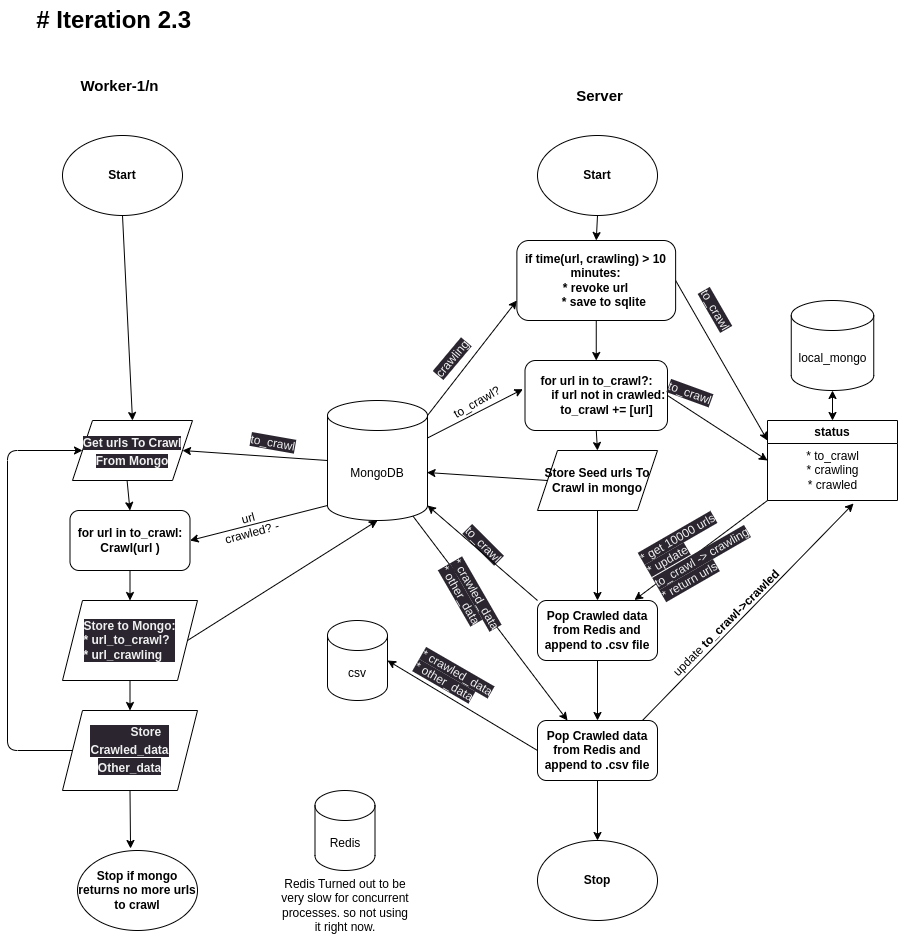
Before: server/workflow.png, a diagram exported from draw.io (Aananda-giri/scrapy_engine). Source tidied: cells renumbered, new cells last; positions are measured from the earlier drawing's top-left corner, leaving out a move shared by most shapes.
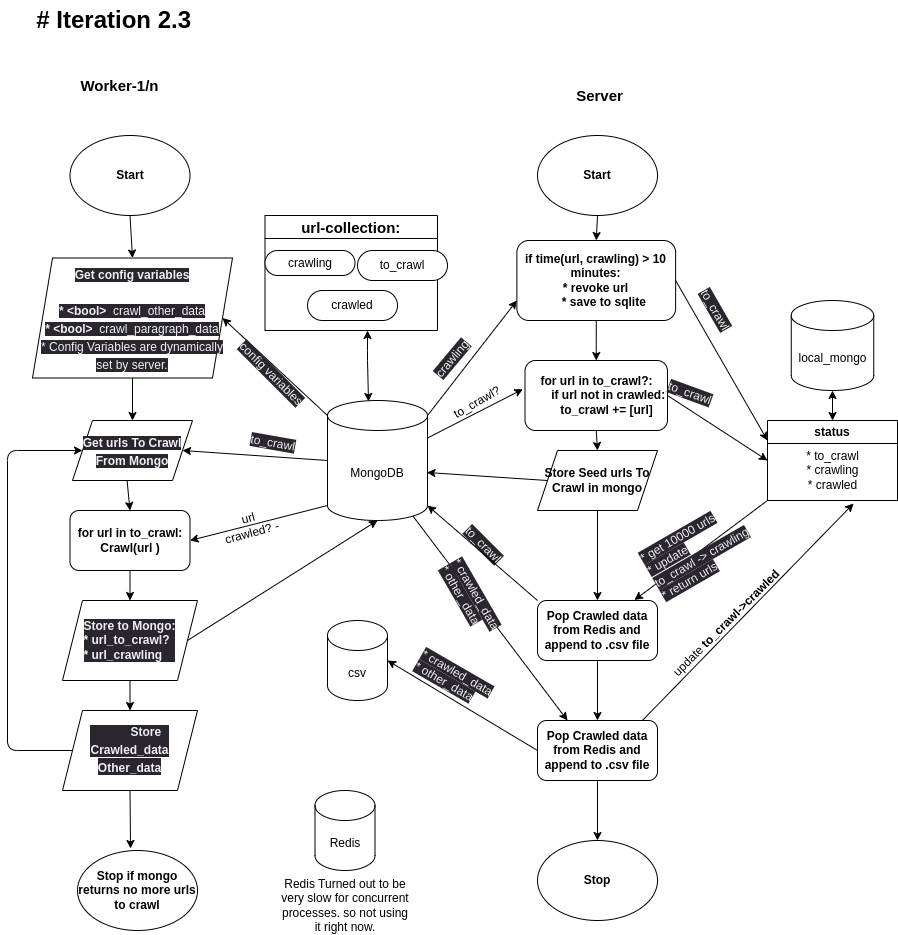
The same file after the commit.

Commit message:
update workflow for config-vars

Change to the diagram source:
```diff
@@ -2,11 +2,23 @@
   <root>
     <mxCell id="0" />
     <mxCell id="1" parent="0" />
+    <mxCell id="62" value="url-collection:" style="swimlane;fontSize=15;startSize=23;" parent="1" vertex="1">
+      <mxGeometry x="257.5" y="215" width="172.5" height="115" as="geometry" />
+    </mxCell>
+    <mxCell id="63" value="crawling" style="whiteSpace=wrap;html=1;rounded=1;arcSize=50;align=center;verticalAlign=middle;strokeWidth=1;spacing=4;newEdgeStyle={&quot;edgeStyle&quot;:&quot;entityRelationEdgeStyle&quot;,&quot;startArrow&quot;:&quot;none&quot;,&quot;endArrow&quot;:&quot;none&quot;,&quot;segment&quot;:10,&quot;curved&quot;:1,&quot;sourcePerimeterSpacing&quot;:0,&quot;targetPerimeterSpacing&quot;:0};" parent="62" vertex="1">
+      <mxGeometry y="35" width="90" height="25" as="geometry" />
+    </mxCell>
+    <mxCell id="64" value="to_crawl" style="whiteSpace=wrap;html=1;rounded=1;arcSize=50;align=center;verticalAlign=middle;strokeWidth=1;spacing=4;newEdgeStyle={&quot;edgeStyle&quot;:&quot;entityRelationEdgeStyle&quot;,&quot;startArrow&quot;:&quot;none&quot;,&quot;endArrow&quot;:&quot;none&quot;,&quot;segment&quot;:10,&quot;curved&quot;:1,&quot;sourcePerimeterSpacing&quot;:0,&quot;targetPerimeterSpacing&quot;:0};" parent="62" vertex="1">
+      <mxGeometry x="92.5" y="35" width="90" height="30" as="geometry" />
+    </mxCell>
+    <mxCell id="65" value="crawled" style="whiteSpace=wrap;html=1;rounded=1;arcSize=50;align=center;verticalAlign=middle;strokeWidth=1;spacing=4;newEdgeStyle={&quot;edgeStyle&quot;:&quot;entityRelationEdgeStyle&quot;,&quot;startArrow&quot;:&quot;none&quot;,&quot;endArrow&quot;:&quot;none&quot;,&quot;segment&quot;:10,&quot;curved&quot;:1,&quot;sourcePerimeterSpacing&quot;:0,&quot;targetPerimeterSpacing&quot;:0};" parent="62" vertex="1">
+      <mxGeometry x="42.5" y="75" width="90" height="30" as="geometry" />
+    </mxCell>
-    <mxCell id="2" style="edgeStyle=none;html=1;exitX=0.5;exitY=1;exitDx=0;exitDy=0;entryX=0.5;entryY=0;entryDx=0;entryDy=0;fontStyle=1;" parent="1" edge="1" source="3" target="34">
+    <mxCell id="2" style="edgeStyle=none;html=1;exitX=0.5;exitY=1;exitDx=0;exitDy=0;fontStyle=1;entryX=0.5;entryY=0;entryDx=0;entryDy=0;" parent="1" edge="1" source="3" target="68">
       <mxGeometry relative="1" as="geometry" />
     </mxCell>
     <mxCell id="3" value="Start" style="ellipse;whiteSpace=wrap;html=1;fontStyle=1;" parent="1" vertex="1">
-      <mxGeometry x="55" y="135" width="120" height="80" as="geometry" />
+      <mxGeometry x="62.5" y="135" width="120" height="80" as="geometry" />
     </mxCell>
     <mxCell id="4" style="edgeStyle=none;html=1;exitX=0.5;exitY=1;exitDx=0;exitDy=0;entryX=0.5;entryY=0;entryDx=0;entryDy=0;" parent="1" edge="1" source="33" target="32">
       <mxGeometry relative="1" as="geometry" />
@@ -74,6 +86,9 @@
     <mxCell id="25" style="edgeStyle=none;html=1;exitX=1;exitY=0;exitDx=0;exitDy=15;exitPerimeter=0;entryX=0;entryY=0.75;entryDx=0;entryDy=0;" parent="1" edge="1" source="26" target="58">
       <mxGeometry relative="1" as="geometry" />
     </mxCell>
+    <mxCell id="66" style="edgeStyle=none;html=1;exitX=0;exitY=0;exitDx=0;exitDy=15;exitPerimeter=0;entryX=1;entryY=0.5;entryDx=0;entryDy=0;" parent="1" edge="1" source="26" target="68">
+      <mxGeometry relative="1" as="geometry" />
+    </mxCell>
     <mxCell id="26" value="MongoDB" style="shape=cylinder3;whiteSpace=wrap;html=1;boundedLbl=1;backgroundOutline=1;size=15;" parent="1" vertex="1">
       <mxGeometry x="320" y="400" width="100" height="120" as="geometry" />
     </mxCell>
@@ -187,5 +202,22 @@
     <mxCell id="61" style="endArrow=classic;startArrow=classic;html=1;entryX=0.5;entryY=1;entryDx=0;entryDy=0;entryPerimeter=0;exitX=0.5;exitY=0;exitDx=0;exitDy=0;" parent="1" edge="1" source="41" target="37">
       <mxGeometry relative="1" as="geometry" />
     </mxCell>
+    <mxCell id="67" style="edgeStyle=none;html=1;exitX=0.5;exitY=1;exitDx=0;exitDy=0;" parent="1" edge="1" source="68" target="34">
+      <mxGeometry relative="1" as="geometry" />
+    </mxCell>
+    <mxCell id="68" value="&lt;span style=&quot;color: rgb(240, 240, 240); font-family: Helvetica; font-size: 12px; font-style: normal; font-variant-ligatures: normal; font-variant-caps: normal; font-weight: 700; letter-spacing: normal; orphans: 2; text-align: center; text-indent: 0px; text-transform: none; widows: 2; word-spacing: 0px; -webkit-text-stroke-width: 0px; background-color: rgb(42, 37, 47); text-decoration-thickness: initial; text-decoration-style: initial; text-decoration-color: initial; float: none; display: inline !important;&quot;&gt;Get config variables&lt;br&gt;&lt;br&gt;* &amp;lt;bool&amp;gt;&amp;nbsp;&amp;nbsp;&lt;span style=&quot;font-weight: 400;&quot;&gt;crawl_other_data&lt;/span&gt;&lt;br&gt;* &amp;lt;bool&amp;gt;&amp;nbsp;&amp;nbsp;&lt;span style=&quot;font-weight: 400;&quot;&gt;crawl_paragraph_data&lt;/span&gt;&lt;br style=&quot;font-weight: 400; text-align: left;&quot;&gt;&lt;span style=&quot;font-weight: 400; text-align: left;&quot;&gt;* Config Variables are dynamically set by server.&lt;/span&gt;&lt;br&gt;&lt;/span&gt;" style="shape=parallelogram;perimeter=parallelogramPerimeter;whiteSpace=wrap;html=1;fixedSize=1;fontSize=15;" parent="1" vertex="1">
+      <mxGeometry x="25" y="257.5" width="200" height="120" as="geometry" />
+    </mxCell>
+    <mxCell id="69" value="&lt;span style=&quot;color: rgb(240, 240, 240); font-family: Helvetica; font-size: 12px; font-style: normal; font-variant-ligatures: normal; font-variant-caps: normal; font-weight: 400; letter-spacing: normal; orphans: 2; text-align: center; text-indent: 0px; text-transform: none; widows: 2; word-spacing: 0px; -webkit-text-stroke-width: 0px; background-color: rgb(42, 37, 47); text-decoration-thickness: initial; text-decoration-style: initial; text-decoration-color: initial; float: none; display: inline !important;&quot;&gt;config variables&lt;br&gt;&lt;/span&gt;" style="text;whiteSpace=wrap;html=1;rotation=45;" parent="1" vertex="1">
+      <mxGeometry x="219.1" y="364.1" width="100.9" height="25.9" as="geometry" />
+    </mxCell>
+    <mxCell id="70" style="endArrow=classic;startArrow=classic;html=1;fontSize=15;exitX=0.41;exitY=0.008;exitDx=0;exitDy=0;exitPerimeter=0;" parent="1" edge="1" source="26">
+      <mxGeometry relative="1" as="geometry">
+        <mxPoint x="360" y="330" as="targetPoint" />
+        <Array as="points">
+          <mxPoint x="360" y="360" />
+        </Array>
+      </mxGeometry>
+    </mxCell>
   </root>
 </mxGraphModel>
```
